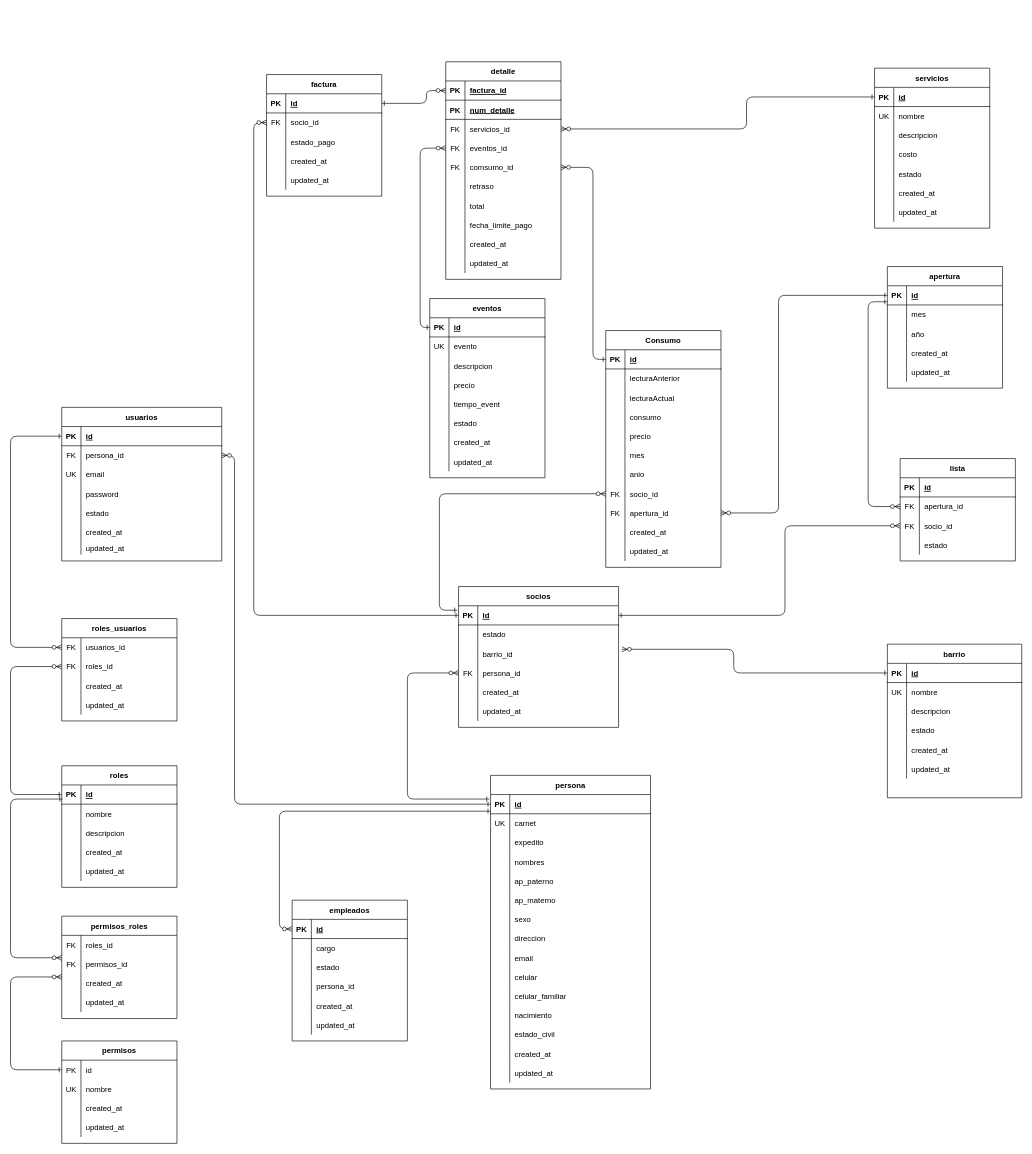
Above: AguaPotable/aguapotable.drawio in DavidSalinasPoma/backendaguapotable (draw.io), before the change. Source tidied: cells renumbered, new cells numbered last; positions are measured from the earlier drawing's top-left corner, leaving out a move shared by most shapes. Both pictures are drawn from the tidied source at 64%, with x=0, y=0 at pixel (-35, 61).
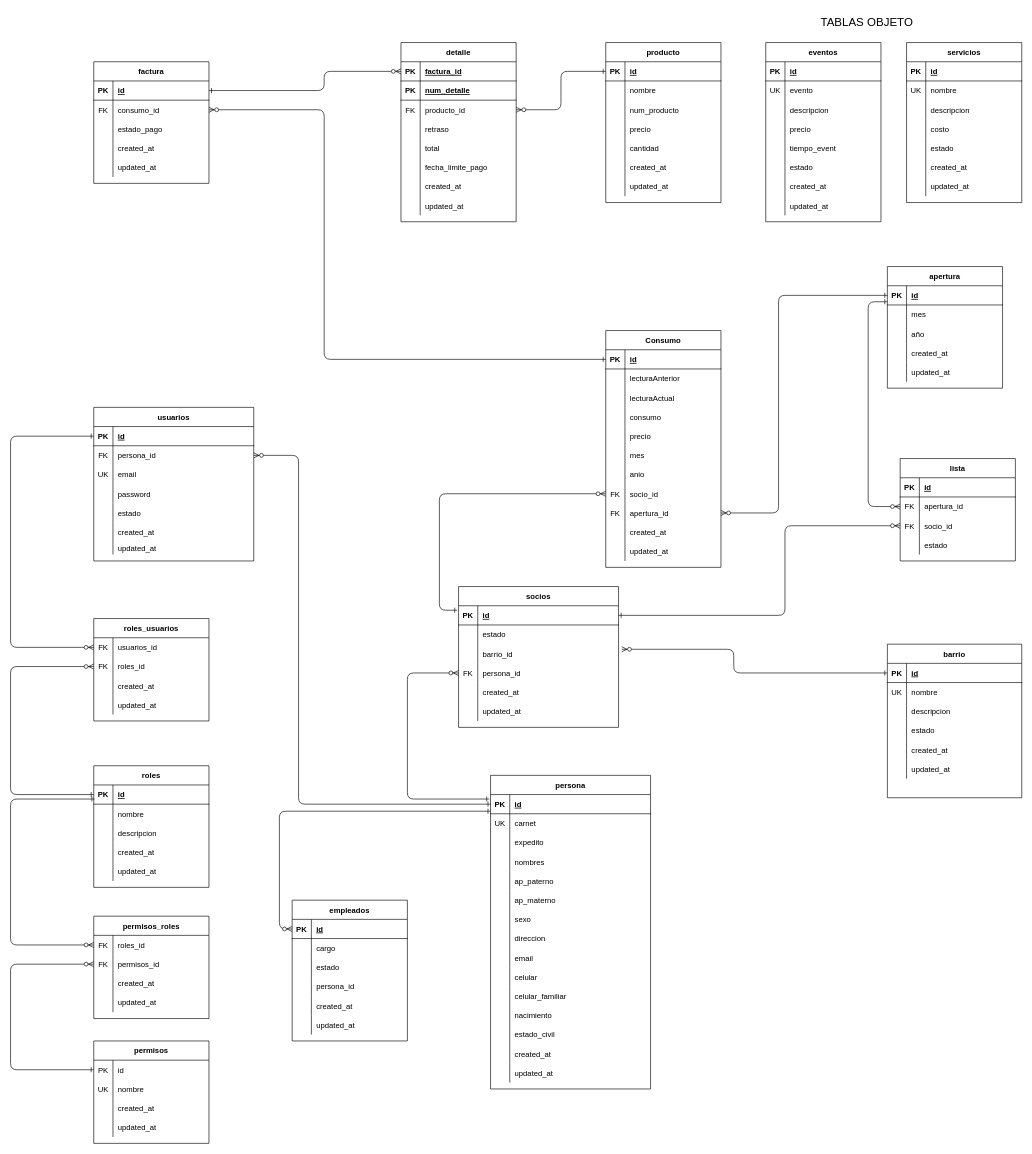
Above is the later version.

Commit message:
Modificacion del diagrama entidad relacion BD

Unchanged cells that the change refers to:
```xml
<mxCell id="3" style="shape=partialRectangle;fillColor=none;points=[[0,0.5],[1,0.5]];portConstraint=eastwest;top=0;left=0;right=0;bottom=1;" parent="2" vertex="1">
  <mxGeometry y="30" width="250" height="30" as="geometry" />
</mxCell>
<mxCell id="49" style="shape=partialRectangle;fillColor=none;points=[[0,0.5],[1,0.5]];portConstraint=eastwest;top=0;left=0;right=0;bottom=1;" parent="48" vertex="1">
  <mxGeometry y="30" width="250" height="30" as="geometry" />
</mxCell>
<mxCell id="71" style="shape=partialRectangle;fillColor=none;points=[[0,0.5],[1,0.5]];portConstraint=eastwest;top=0;left=0;right=0;bottom=0;" parent="67" vertex="1">
  <mxGeometry y="60" width="250" height="30" as="geometry" />
</mxCell>
<mxCell id="90" style="shape=partialRectangle;fillColor=none;top=0;left=0;bottom=1;right=0;points=[[0,0.5],[1,0.5]];portConstraint=eastwest;" parent="89" vertex="1">
  <mxGeometry y="30" width="180" height="30" as="geometry" />
</mxCell>
<mxCell id="109" style="shape=partialRectangle;fillColor=none;top=0;left=0;bottom=1;right=0;points=[[0,0.5],[1,0.5]];portConstraint=eastwest;" parent="108" vertex="1">
  <mxGeometry y="30" width="180" height="30" as="geometry" />
</mxCell>
<mxCell id="173" style="shape=partialRectangle;fillColor=none;top=0;left=0;bottom=1;right=0;points=[[0,0.5],[1,0.5]];portConstraint=eastwest;" parent="172" vertex="1">
  <mxGeometry y="30" width="180" height="30" as="geometry" />
</mxCell>
<mxCell id="195" style="shape=partialRectangle;fillColor=none;top=0;left=0;bottom=1;right=0;points=[[0,0.5],[1,0.5]];portConstraint=eastwest;" parent="194" vertex="1">
  <mxGeometry y="30" width="180" height="30" as="geometry" />
</mxCell>
<mxCell id="247" style="shape=partialRectangle;fillColor=none;top=0;left=0;bottom=1;right=0;points=[[0,0.5],[1,0.5]];portConstraint=eastwest;" parent="246" vertex="1">
  <mxGeometry y="30" width="180" height="30" as="geometry" />
</mxCell>
<mxCell id="250" style="shape=partialRectangle;fillColor=none;top=0;left=0;bottom=0;right=0;points=[[0,0.5],[1,0.5]];portConstraint=eastwest;" parent="246" vertex="1">
  <mxGeometry y="60" width="180" height="30" as="geometry" />
</mxCell>
<mxCell id="277" style="shape=partialRectangle;fillColor=none;top=0;left=0;bottom=0;right=0;points=[[0,0.5],[1,0.5]];portConstraint=eastwest;" parent="276" vertex="1">
  <mxGeometry y="30" width="180" height="30" as="geometry" />
</mxCell>
<mxCell id="280" style="shape=partialRectangle;fillColor=none;top=0;left=0;bottom=0;right=0;points=[[0,0.5],[1,0.5]];portConstraint=eastwest;" parent="276" vertex="1">
  <mxGeometry y="60" width="180" height="30" as="geometry" />
</mxCell>
<mxCell id="290" style="shape=partialRectangle;fillColor=none;top=0;left=0;bottom=0;right=0;points=[[0,0.5],[1,0.5]];portConstraint=eastwest;" parent="289" vertex="1">
  <mxGeometry y="30" width="180" height="30" as="geometry" />
</mxCell>
<mxCell id="307" style="shape=partialRectangle;fillColor=none;top=0;left=0;bottom=1;right=0;points=[[0,0.5],[1,0.5]];portConstraint=eastwest;" parent="306" vertex="1">
  <mxGeometry y="30" width="180" height="30" as="geometry" />
</mxCell>
```

Change to the diagram source:
```diff
@@
     <mxCell id="67" value="usuarios" style="shape=table;startSize=30;childLayout=tableLayout;rowLines=0;fontStyle=1;align=center;" parent="1" vertex="1">
-      <mxGeometry x="150" y="540" width="250" height="240" as="geometry" />
+      <mxGeometry x="200" y="540" width="250" height="240" as="geometry" />
     </mxCell>
@@
     <mxCell id="89" value="roles" style="shape=table;startSize=30;childLayout=tableLayout;rowLines=0;fontStyle=1;align=center;" parent="1" vertex="1">
-      <mxGeometry x="150" y="1100" width="180" height="190" as="geometry" />
+      <mxGeometry x="200" y="1100" width="180" height="190" as="geometry" />
     </mxCell>
@@
     <mxCell id="106" style="edgeStyle=elbowEdgeStyle;endArrow=ERzeroToMany;startArrow=ERone;endFill=1;startFill=0;exitX=0;exitY=0.5;exitDx=0;exitDy=0;entryX=1;entryY=0.5;entryDx=0;entryDy=0;" parent="1" edge="1" source="3" target="71">
       <mxGeometry relative="1" as="geometry">
         <Array as="points">
+          <mxPoint x="520" y="710" />
+          <mxPoint x="500" y="970" />
           <mxPoint x="420" y="760" />
         </Array>
       </mxGeometry>
     </mxCell>
@@
     <mxCell id="108" value="eventos" style="shape=table;startSize=30;childLayout=tableLayout;rowLines=0;fontStyle=1;align=center;" parent="1" vertex="1">
-      <mxGeometry x="725" y="370" width="180" height="280" as="geometry" />
+      <mxGeometry x="1250" y="-30" width="180" height="280" as="geometry" />
     </mxCell>
@@
     <mxCell id="172" value="servicios" style="shape=table;startSize=30;childLayout=tableLayout;rowLines=0;fontStyle=1;align=center;" parent="1" vertex="1">
-      <mxGeometry x="1420" y="10" width="180" height="250" as="geometry" />
+      <mxGeometry x="1470" y="-30" width="180" height="250" as="geometry" />
     </mxCell>
@@
     <mxCell id="246" value="factura" style="shape=table;startSize=30;childLayout=tableLayout;rowLines=0;fontStyle=1;align=center;" parent="1" vertex="1">
-      <mxGeometry x="470" y="20" width="180" height="190" as="geometry" />
+      <mxGeometry x="200" width="180" height="190" as="geometry" />
     </mxCell>
@@
-    <mxCell id="252" value="socio_id" style="shape=partialRectangle;fillColor=none;top=0;left=0;bottom=0;right=0;align=left;spacingLeft=6;overflow=hidden;" parent="250" vertex="1">
+    <mxCell id="252" value="consumo_id" style="shape=partialRectangle;fillColor=none;top=0;left=0;bottom=0;right=0;align=left;spacingLeft=6;overflow=hidden;" parent="250" vertex="1">
       <mxGeometry x="30" width="150" height="30" as="geometry" />
     </mxCell>
@@
     <mxCell id="262" value="roles_usuarios" style="shape=table;startSize=30;childLayout=tableLayout;rowLines=0;fontStyle=1;align=center;" parent="1" vertex="1">
-      <mxGeometry x="150" y="870" width="180" height="160" as="geometry" />
+      <mxGeometry x="200" y="870" width="180" height="160" as="geometry" />
     </mxCell>
@@
     <mxCell id="276" value="permisos_roles" style="shape=table;startSize=30;childLayout=tableLayout;rowLines=0;fontStyle=1;align=center;" parent="1" vertex="1">
-      <mxGeometry x="150" y="1335" width="180" height="160" as="geometry" />
+      <mxGeometry x="200" y="1335" width="180" height="160" as="geometry" />
     </mxCell>
@@
     <mxCell id="289" value="permisos" style="shape=table;startSize=30;childLayout=tableLayout;rowLines=0;fontStyle=1;align=center;" parent="1" vertex="1">
-      <mxGeometry x="150" y="1530" width="180" height="160" as="geometry" />
+      <mxGeometry x="200" y="1530" width="180" height="160" as="geometry" />
     </mxCell>
@@
-    <mxCell id="302" style="edgeStyle=elbowEdgeStyle;endArrow=ERzeroToMany;startArrow=ERone;endFill=1;startFill=0;entryX=0;entryY=0.5;entryDx=0;entryDy=0;exitX=0.006;exitY=0.733;exitDx=0;exitDy=0;exitPerimeter=0;" parent="1" edge="1" source="90">
+    <mxCell id="302" style="edgeStyle=elbowEdgeStyle;endArrow=ERzeroToMany;startArrow=ERone;endFill=1;startFill=0;entryX=0;entryY=0.5;entryDx=0;entryDy=0;exitX=0.006;exitY=0.733;exitDx=0;exitDy=0;exitPerimeter=0;" parent="1" edge="1" source="90" target="277">
       <mxGeometry relative="1" as="geometry">
-        <mxPoint x="150" y="1400" as="targetPoint" />
         <Array as="points">
           <mxPoint x="70" y="1715" />
           <mxPoint x="50" y="1920" />
           <mxPoint y="1980" />
         </Array>
       </mxGeometry>
     </mxCell>
-    <mxCell id="303" style="edgeStyle=elbowEdgeStyle;endArrow=ERzeroToMany;startArrow=ERone;endFill=1;startFill=0;exitX=0;exitY=0.5;exitDx=0;exitDy=0;entryX=0;entryY=0.5;entryDx=0;entryDy=0;" parent="1" edge="1" source="290">
+    <mxCell id="303" style="edgeStyle=elbowEdgeStyle;endArrow=ERzeroToMany;startArrow=ERone;endFill=1;startFill=0;exitX=0;exitY=0.5;exitDx=0;exitDy=0;entryX=0;entryY=0.5;entryDx=0;entryDy=0;" parent="1" edge="1" source="290" target="280">
       <mxGeometry relative="1" as="geometry">
-        <mxPoint x="150" y="1430" as="targetPoint" />
         <Array as="points">
           <mxPoint x="70" y="1745" />
           <mxPoint x="50" y="1950" />
           <mxPoint y="2010" />
         </Array>
       </mxGeometry>
     </mxCell>
@@
-    <mxCell id="305" style="edgeStyle=elbowEdgeStyle;endArrow=ERzeroToMany;startArrow=ERone;endFill=1;startFill=0;exitX=0;exitY=0.5;exitDx=0;exitDy=0;entryX=0;entryY=0.5;entryDx=0;entryDy=0;" parent="1" edge="1" source="49" target="250">
-      <mxGeometry relative="1" as="geometry">
-        <Array as="points">
-          <mxPoint x="450" y="490" />
-        </Array>
-      </mxGeometry>
-    </mxCell>
     <mxCell id="306" value="detalle" style="shape=table;startSize=30;childLayout=tableLayout;rowLines=0;fontStyle=1;align=center;" parent="1" vertex="1">
-      <mxGeometry x="750" width="180" height="340" as="geometry" />
+      <mxGeometry x="680" y="-30" width="180" height="280" as="geometry" />
     </mxCell>
@@
-    <mxCell id="313" style="shape=partialRectangle;fillColor=none;top=0;left=0;bottom=0;right=0;points=[[0,0.5],[1,0.5]];portConstraint=eastwest;" parent="306" vertex="1">
-      <mxGeometry y="90" width="180" height="30" as="geometry" />
-    </mxCell>
-    <mxCell id="314" value="FK" style="shape=partialRectangle;fillColor=none;top=0;left=0;bottom=0;right=0;overflow=hidden;" parent="313" vertex="1">
-      <mxGeometry width="30" height="30" as="geometry" />
-    </mxCell>
-    <mxCell id="315" value="servicios_id" style="shape=partialRectangle;fillColor=none;top=0;left=0;bottom=0;right=0;align=left;spacingLeft=6;overflow=hidden;" parent="313" vertex="1">
-      <mxGeometry x="30" width="150" height="30" as="geometry" />
-    </mxCell>
-    <mxCell id="316" style="shape=partialRectangle;fillColor=none;top=0;left=0;bottom=0;right=0;points=[[0,0.5],[1,0.5]];portConstraint=eastwest;" parent="306" vertex="1">
-      <mxGeometry y="120" width="180" height="30" as="geometry" />
-    </mxCell>
-    <mxCell id="317" value="FK" style="shape=partialRectangle;fillColor=none;top=0;left=0;bottom=0;right=0;overflow=hidden;" parent="316" vertex="1">
-      <mxGeometry width="30" height="30" as="geometry" />
-    </mxCell>
-    <mxCell id="318" value="eventos_id" style="shape=partialRectangle;fillColor=none;top=0;left=0;bottom=0;right=0;align=left;spacingLeft=6;overflow=hidden;" parent="316" vertex="1">
-      <mxGeometry x="30" width="150" height="30" as="geometry" />
-    </mxCell>
     <mxCell id="319" style="shape=partialRectangle;fillColor=none;top=0;left=0;bottom=0;right=0;points=[[0,0.5],[1,0.5]];portConstraint=eastwest;" parent="306" vertex="1">
-      <mxGeometry y="150" width="180" height="30" as="geometry" />
+      <mxGeometry y="90" width="180" height="30" as="geometry" />
     </mxCell>
@@
-    <mxCell id="321" value="comsumo_id" style="shape=partialRectangle;fillColor=none;top=0;left=0;bottom=0;right=0;align=left;spacingLeft=6;overflow=hidden;" parent="319" vertex="1">
+    <mxCell id="321" value="producto_id" style="shape=partialRectangle;fillColor=none;top=0;left=0;bottom=0;right=0;align=left;spacingLeft=6;overflow=hidden;" parent="319" vertex="1">
       <mxGeometry x="30" width="150" height="30" as="geometry" />
     </mxCell>
     <mxCell id="322" style="shape=partialRectangle;fillColor=none;top=0;left=0;bottom=0;right=0;" parent="306" vertex="1">
-      <mxGeometry y="180" width="180" height="30" as="geometry" />
+      <mxGeometry y="120" width="180" height="30" as="geometry" />
     </mxCell>
@@
     <mxCell id="325" style="shape=partialRectangle;fillColor=none;top=0;left=0;bottom=0;right=0;" parent="306" vertex="1">
-      <mxGeometry y="210" width="180" height="30" as="geometry" />
+      <mxGeometry y="150" width="180" height="30" as="geometry" />
     </mxCell>
@@
     <mxCell id="328" style="shape=partialRectangle;fillColor=none;top=0;left=0;bottom=0;right=0;" parent="306" vertex="1">
-      <mxGeometry y="240" width="180" height="30" as="geometry" />
+      <mxGeometry y="180" width="180" height="30" as="geometry" />
     </mxCell>
@@
     <mxCell id="331" style="shape=partialRectangle;fillColor=none;top=0;left=0;bottom=0;right=0;" parent="306" vertex="1">
-      <mxGeometry y="270" width="180" height="30" as="geometry" />
+      <mxGeometry y="210" width="180" height="30" as="geometry" />
     </mxCell>
@@
     <mxCell id="334" style="shape=partialRectangle;fillColor=none;top=0;left=0;bottom=0;right=0;" parent="306" vertex="1">
-      <mxGeometry y="300" width="180" height="30" as="geometry" />
+      <mxGeometry y="240" width="180" height="30" as="geometry" />
     </mxCell>
@@
-    <mxCell id="337" style="edgeStyle=elbowEdgeStyle;endArrow=ERzeroToMany;startArrow=ERone;endFill=1;startFill=0;exitX=0;exitY=0.5;exitDx=0;exitDy=0;entryX=0;entryY=0.5;entryDx=0;entryDy=0;" parent="1" edge="1" source="109" target="316">
-      <mxGeometry relative="1" as="geometry">
-        <Array as="points">
-          <mxPoint x="710" y="300" />
-        </Array>
-      </mxGeometry>
-    </mxCell>
-    <mxCell id="338" style="edgeStyle=elbowEdgeStyle;endArrow=ERzeroToMany;startArrow=ERone;endFill=1;startFill=0;exitX=0;exitY=0.5;exitDx=0;exitDy=0;entryX=1;entryY=0.5;entryDx=0;entryDy=0;" parent="1" edge="1" source="173" target="313">
-      <mxGeometry relative="1" as="geometry">
-        <Array as="points">
-          <mxPoint x="1220" y="80" />
-          <mxPoint x="1030" y="130" />
-          <mxPoint x="1050" y="150" />
-        </Array>
-      </mxGeometry>
-    </mxCell>
-    <mxCell id="339" style="edgeStyle=elbowEdgeStyle;endArrow=ERzeroToMany;startArrow=ERone;endFill=1;startFill=0;exitX=0;exitY=0.5;exitDx=0;exitDy=0;entryX=1;entryY=0.5;entryDx=0;entryDy=0;" parent="1" edge="1" source="195" target="319">
-      <mxGeometry relative="1" as="geometry">
-        <Array as="points">
-          <mxPoint x="980" y="340" />
-          <mxPoint x="980" y="260" />
-        </Array>
-      </mxGeometry>
-    </mxCell>
     <mxCell id="340" style="edgeStyle=elbowEdgeStyle;endArrow=ERzeroToMany;startArrow=ERone;endFill=1;startFill=0;exitX=1;exitY=0.5;exitDx=0;exitDy=0;entryX=0;entryY=0.5;entryDx=0;entryDy=0;" parent="1" edge="1" source="247" target="307">
       <mxGeometry relative="1" as="geometry">
         <Array as="points">
+          <mxPoint x="560" y="30" />
           <mxPoint x="720" y="75" />
           <mxPoint x="730" y="100" />
           <mxPoint x="730" y="130" />
         </Array>
       </mxGeometry>
     </mxCell>
@@
+    <mxCell id="356" style="edgeStyle=elbowEdgeStyle;endArrow=ERzeroToMany;startArrow=ERone;endFill=1;startFill=0;exitX=0;exitY=0.5;exitDx=0;exitDy=0;entryX=1;entryY=0.5;entryDx=0;entryDy=0;" parent="1" edge="1" source="195" target="250">
+      <mxGeometry relative="1" as="geometry">
+        <Array as="points">
+          <mxPoint x="560" y="270" />
+          <mxPoint x="670" y="125" />
+          <mxPoint x="720" y="330" />
+          <mxPoint x="790" y="520" />
+          <mxPoint x="800" y="545" />
+          <mxPoint x="800" y="575" />
+        </Array>
+      </mxGeometry>
+    </mxCell>
+    <mxCell id="357" value="producto" style="shape=table;startSize=30;childLayout=tableLayout;rowLines=0;fontStyle=1;align=center;" parent="1" vertex="1">
+      <mxGeometry x="1000" y="-30" width="180" height="250" as="geometry" />
+    </mxCell>
+    <mxCell id="358" style="shape=partialRectangle;fillColor=none;top=0;left=0;bottom=1;right=0;points=[[0,0.5],[1,0.5]];portConstraint=eastwest;" parent="357" vertex="1">
+      <mxGeometry y="30" width="180" height="30" as="geometry" />
+    </mxCell>
+    <mxCell id="359" value="PK" style="shape=partialRectangle;fillColor=none;top=0;left=0;bottom=0;right=0;fontStyle=1;overflow=hidden;" parent="358" vertex="1">
+      <mxGeometry width="30" height="30" as="geometry" />
+    </mxCell>
+    <mxCell id="360" value="id" style="shape=partialRectangle;fillColor=none;top=0;left=0;bottom=0;right=0;align=left;spacingLeft=6;fontStyle=5;overflow=hidden;" parent="358" vertex="1">
+      <mxGeometry x="30" width="150" height="30" as="geometry" />
+    </mxCell>
+    <mxCell id="361" style="shape=partialRectangle;fillColor=none;top=0;left=0;bottom=0;right=0;" parent="357" vertex="1">
+      <mxGeometry y="60" width="180" height="30" as="geometry" />
+    </mxCell>
+    <mxCell id="362" style="shape=partialRectangle;fillColor=none;top=0;left=0;bottom=0;right=0;overflow=hidden;" parent="361" vertex="1">
+      <mxGeometry width="30" height="30" as="geometry" />
+    </mxCell>
+    <mxCell id="363" value="nombre" style="shape=partialRectangle;fillColor=none;top=0;left=0;bottom=0;right=0;align=left;spacingLeft=6;overflow=hidden;" parent="361" vertex="1">
+      <mxGeometry x="30" width="150" height="30" as="geometry" />
+    </mxCell>
+    <mxCell id="313" style="shape=partialRectangle;fillColor=none;top=0;left=0;bottom=0;right=0;points=[[0,0.5],[1,0.5]];portConstraint=eastwest;" parent="357" vertex="1">
+      <mxGeometry y="90" width="180" height="30" as="geometry" />
+    </mxCell>
+    <mxCell id="364" style="shape=partialRectangle;fillColor=none;top=0;left=0;bottom=0;right=0;overflow=hidden;" parent="313" vertex="1">
+      <mxGeometry width="30" height="30" as="geometry" />
+    </mxCell>
+    <mxCell id="365" value="num_producto" style="shape=partialRectangle;fillColor=none;top=0;left=0;bottom=0;right=0;align=left;spacingLeft=6;overflow=hidden;" parent="313" vertex="1">
+      <mxGeometry x="30" width="150" height="30" as="geometry" />
+    </mxCell>
+    <mxCell id="316" style="shape=partialRectangle;fillColor=none;top=0;left=0;bottom=0;right=0;points=[[0,0.5],[1,0.5]];portConstraint=eastwest;" parent="357" vertex="1">
+      <mxGeometry y="120" width="180" height="30" as="geometry" />
+    </mxCell>
+    <mxCell id="366" style="shape=partialRectangle;fillColor=none;top=0;left=0;bottom=0;right=0;overflow=hidden;" parent="316" vertex="1">
+      <mxGeometry width="30" height="30" as="geometry" />
+    </mxCell>
+    <mxCell id="367" value="precio" style="shape=partialRectangle;fillColor=none;top=0;left=0;bottom=0;right=0;align=left;spacingLeft=6;overflow=hidden;" parent="316" vertex="1">
+      <mxGeometry x="30" width="150" height="30" as="geometry" />
+    </mxCell>
+    <mxCell id="368" style="shape=partialRectangle;fillColor=none;top=0;left=0;bottom=0;right=0;" parent="357" vertex="1">
+      <mxGeometry y="150" width="180" height="30" as="geometry" />
+    </mxCell>
+    <mxCell id="369" style="shape=partialRectangle;fillColor=none;top=0;left=0;bottom=0;right=0;overflow=hidden;" parent="368" vertex="1">
+      <mxGeometry width="30" height="30" as="geometry" />
+    </mxCell>
+    <mxCell id="370" value="cantidad" style="shape=partialRectangle;fillColor=none;top=0;left=0;bottom=0;right=0;align=left;spacingLeft=6;overflow=hidden;" parent="368" vertex="1">
+      <mxGeometry x="30" width="150" height="30" as="geometry" />
+    </mxCell>
+    <mxCell id="371" style="shape=partialRectangle;fillColor=none;top=0;left=0;bottom=0;right=0;" parent="357" vertex="1">
+      <mxGeometry y="180" width="180" height="30" as="geometry" />
+    </mxCell>
+    <mxCell id="372" style="shape=partialRectangle;fillColor=none;top=0;left=0;bottom=0;right=0;overflow=hidden;" parent="371" vertex="1">
+      <mxGeometry width="30" height="30" as="geometry" />
+    </mxCell>
+    <mxCell id="373" value="created_at" style="shape=partialRectangle;fillColor=none;top=0;left=0;bottom=0;right=0;align=left;spacingLeft=6;overflow=hidden;" parent="371" vertex="1">
+      <mxGeometry x="30" width="150" height="30" as="geometry" />
+    </mxCell>
+    <mxCell id="374" style="shape=partialRectangle;fillColor=none;top=0;left=0;bottom=0;right=0;" parent="357" vertex="1">
+      <mxGeometry y="210" width="180" height="30" as="geometry" />
+    </mxCell>
+    <mxCell id="375" style="shape=partialRectangle;fillColor=none;top=0;left=0;bottom=0;right=0;overflow=hidden;" parent="374" vertex="1">
+      <mxGeometry width="30" height="30" as="geometry" />
+    </mxCell>
+    <mxCell id="376" value="updated_at" style="shape=partialRectangle;fillColor=none;top=0;left=0;bottom=0;right=0;align=left;spacingLeft=6;overflow=hidden;" parent="374" vertex="1">
+      <mxGeometry x="30" width="150" height="30" as="geometry" />
+    </mxCell>
+    <mxCell id="377" style="edgeStyle=elbowEdgeStyle;endArrow=ERzeroToMany;startArrow=ERone;endFill=1;startFill=0;exitX=0;exitY=0.5;exitDx=0;exitDy=0;entryX=1;entryY=0.5;entryDx=0;entryDy=0;" parent="1" edge="1" source="358" target="319">
+      <mxGeometry relative="1" as="geometry">
+        <Array as="points">
+          <mxPoint x="930" y="20" />
+          <mxPoint x="1040" y="140" />
+          <mxPoint x="1050" y="165" />
+          <mxPoint x="1050" y="195" />
+        </Array>
+      </mxGeometry>
+    </mxCell>
+    <mxCell id="378" value="TABLAS OBJETO" style="text;strokeColor=none;fillColor=none;spacingLeft=4;spacingRight=4;overflow=hidden;fontSize=18;" parent="1" vertex="1">
+      <mxGeometry x="1330" y="-80" width="170" height="40" as="geometry" />
+    </mxCell>
```
